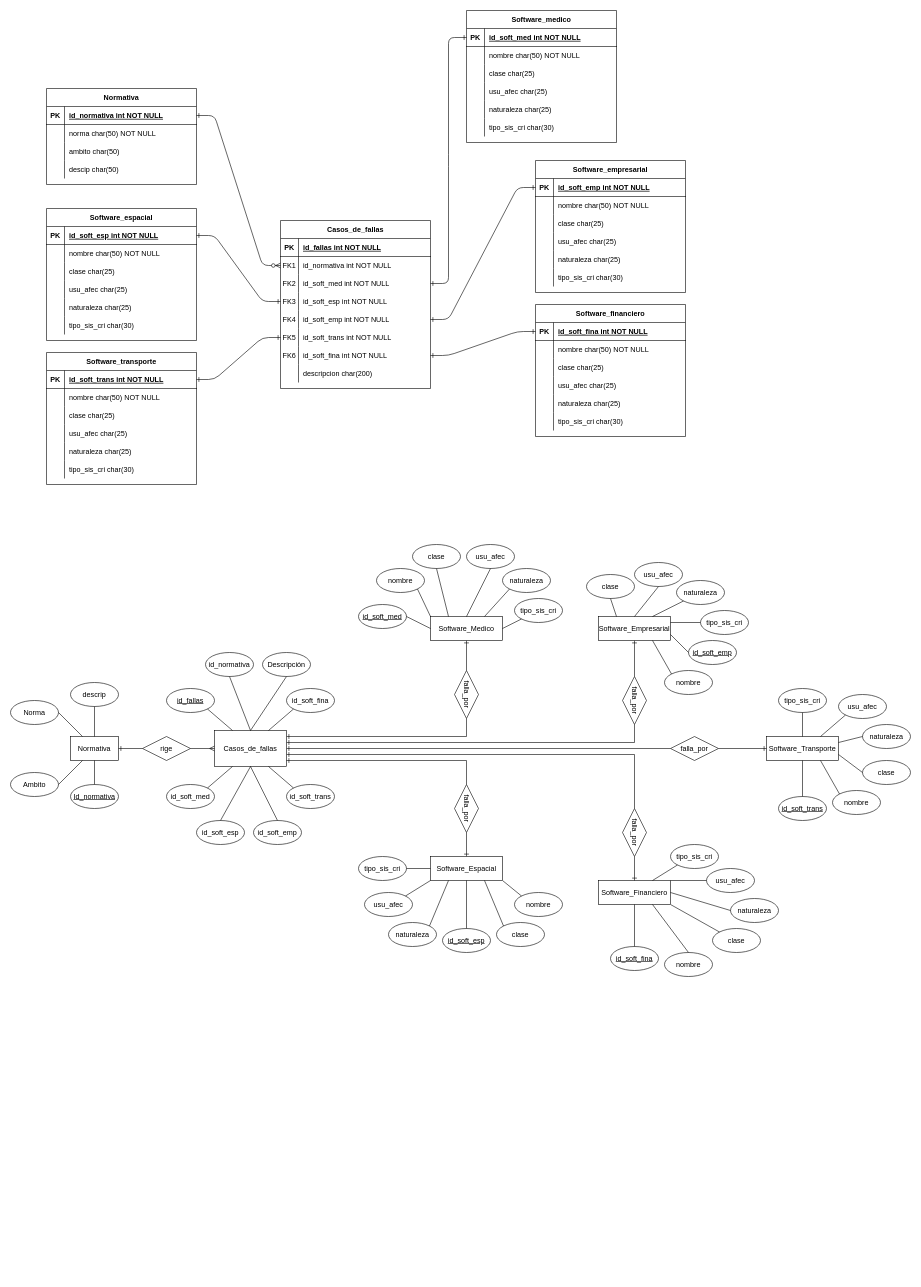
The draw.io diagram DER.drawio in Gabitoto/Safety_Critical_Software, before the edit. Source tidied: cells renumbered, new cells numbered last; positions are measured from the earlier drawing's top-left corner, leaving out a move shared by most shapes. Both pictures are drawn from the tidied source at 60%, with x=0, y=0 at pixel (10, 10).
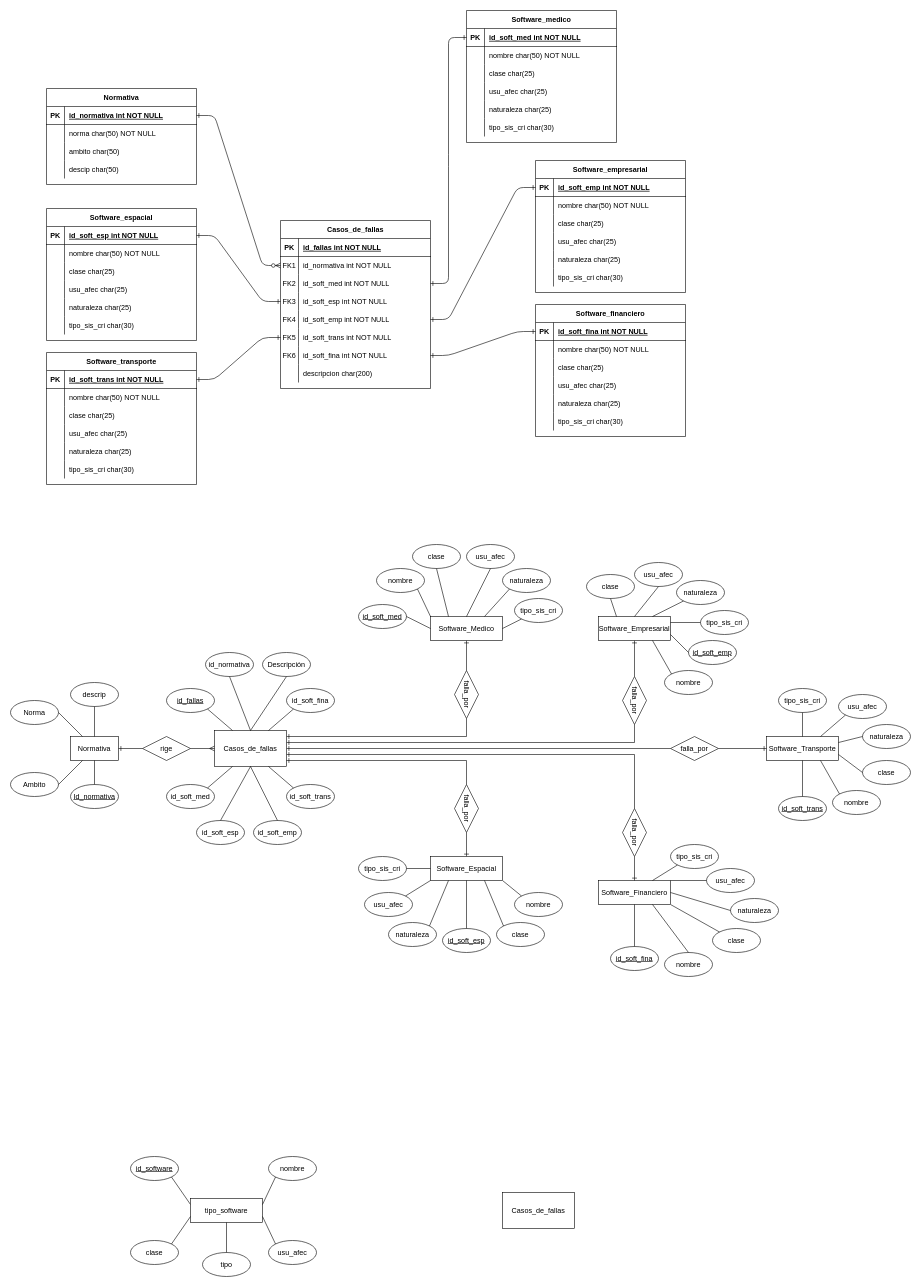
After the change.

The edit, as a diff of the source:
```diff
@@
+    <mxCell id="251" value="id_software" style="ellipse;whiteSpace=wrap;html=1;align=center;fontStyle=4;" parent="1" vertex="1">
+      <mxGeometry x="200" y="1910" width="80" height="40" as="geometry" />
+    </mxCell>
+    <mxCell id="252" style="endArrow=none;html=1;rounded=0;exitX=1;exitY=1;exitDx=0;exitDy=0;entryX=0;entryY=0.25;entryDx=0;entryDy=0;" parent="1" edge="1" source="251" target="256">
+      <mxGeometry relative="1" as="geometry" />
+    </mxCell>
+    <mxCell id="253" value="nombre" style="ellipse;whiteSpace=wrap;html=1;align=center;fontStyle=0;" parent="1" vertex="1">
+      <mxGeometry x="430" y="1910" width="80" height="40" as="geometry" />
+    </mxCell>
+    <mxCell id="254" value="usu_afec" style="ellipse;whiteSpace=wrap;html=1;align=center;fontStyle=0;" parent="1" vertex="1">
+      <mxGeometry x="430" y="2050" width="80" height="40" as="geometry" />
+    </mxCell>
+    <mxCell id="255" value="clase" style="ellipse;whiteSpace=wrap;html=1;align=center;fontStyle=0;" parent="1" vertex="1">
+      <mxGeometry x="200" y="2050" width="80" height="40" as="geometry" />
+    </mxCell>
+    <mxCell id="256" value="tipo_software" style="whiteSpace=wrap;html=1;align=center;" parent="1" vertex="1">
+      <mxGeometry x="300" y="1980" width="120" height="40" as="geometry" />
+    </mxCell>
+    <mxCell id="257" style="endArrow=none;html=1;rounded=0;exitX=0;exitY=0.75;exitDx=0;exitDy=0;entryX=1;entryY=0;entryDx=0;entryDy=0;" parent="1" edge="1" source="256" target="255">
+      <mxGeometry relative="1" as="geometry" />
+    </mxCell>
+    <mxCell id="258" style="endArrow=none;html=1;rounded=0;exitX=1;exitY=0.75;exitDx=0;exitDy=0;entryX=0;entryY=0;entryDx=0;entryDy=0;" parent="1" edge="1" source="256" target="254">
+      <mxGeometry relative="1" as="geometry" />
+    </mxCell>
+    <mxCell id="259" style="endArrow=none;html=1;rounded=0;exitX=0;exitY=1;exitDx=0;exitDy=0;entryX=1;entryY=0.25;entryDx=0;entryDy=0;" parent="1" edge="1" source="253" target="256">
+      <mxGeometry relative="1" as="geometry" />
+    </mxCell>
+    <mxCell id="260" value="tipo" style="ellipse;whiteSpace=wrap;html=1;align=center;fontStyle=0;" parent="1" vertex="1">
+      <mxGeometry x="320" y="2070" width="80" height="40" as="geometry" />
+    </mxCell>
+    <mxCell id="261" style="endArrow=none;html=1;rounded=0;exitX=0.5;exitY=1;exitDx=0;exitDy=0;entryX=0.5;entryY=0;entryDx=0;entryDy=0;" parent="1" edge="1" source="256" target="260">
+      <mxGeometry relative="1" as="geometry" />
+    </mxCell>
+    <mxCell id="262" value="Casos_de_fallas" style="whiteSpace=wrap;html=1;align=center;" parent="1" vertex="1">
+      <mxGeometry x="820" y="1970" width="120" height="60" as="geometry" />
+    </mxCell>
```
